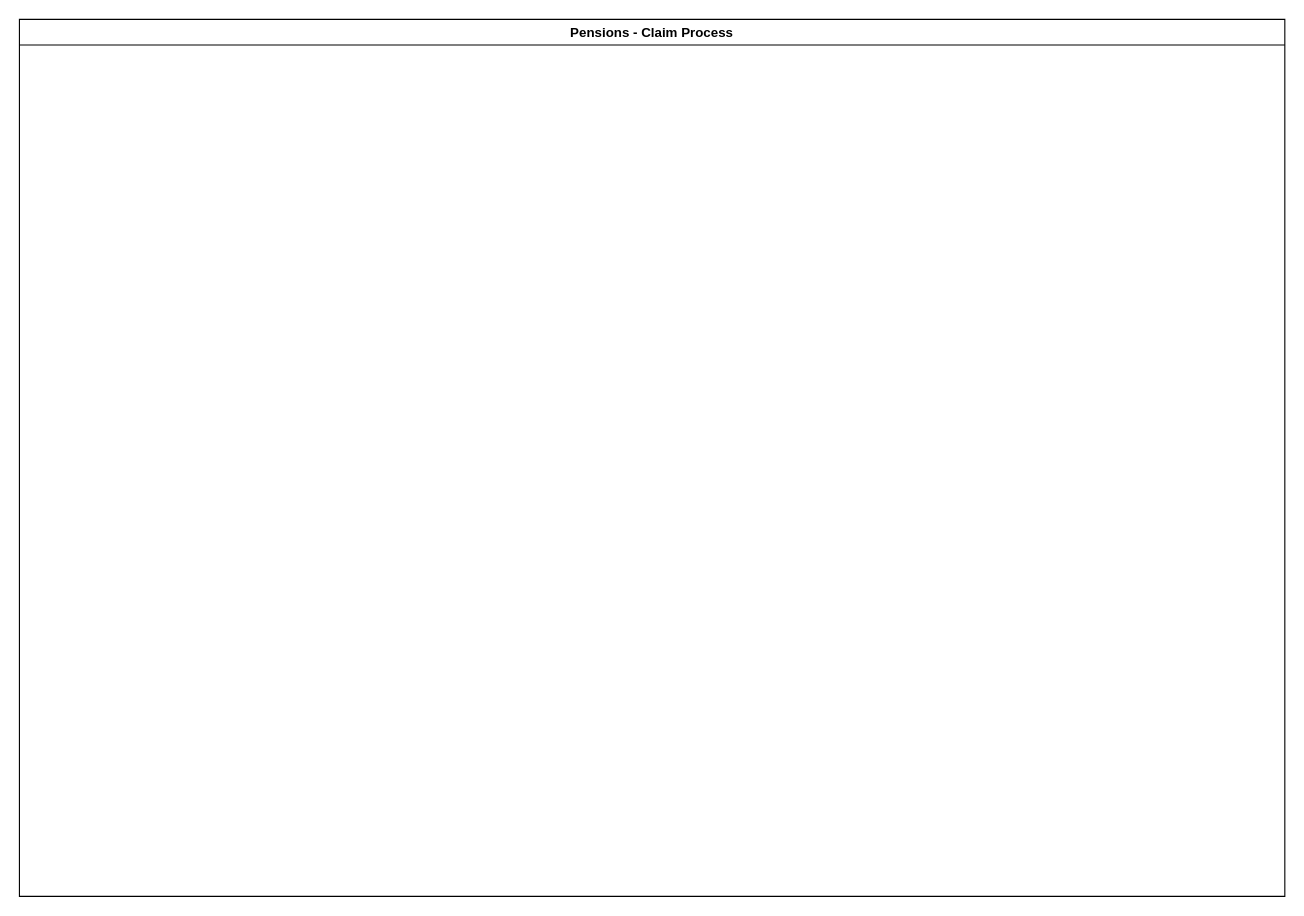
kmagua/flowcharts keeps this draw.io diagram as Pensions - Claims Process.drawio. Above is the earlier version. Source tidied: cells renumbered, new cells numbered last; positions are measured from the earlier drawing's top-left corner, leaving out a move shared by most shapes. Both pictures are drawn from the tidied source at 111%, with x=0, y=0 at pixel (19, 19).
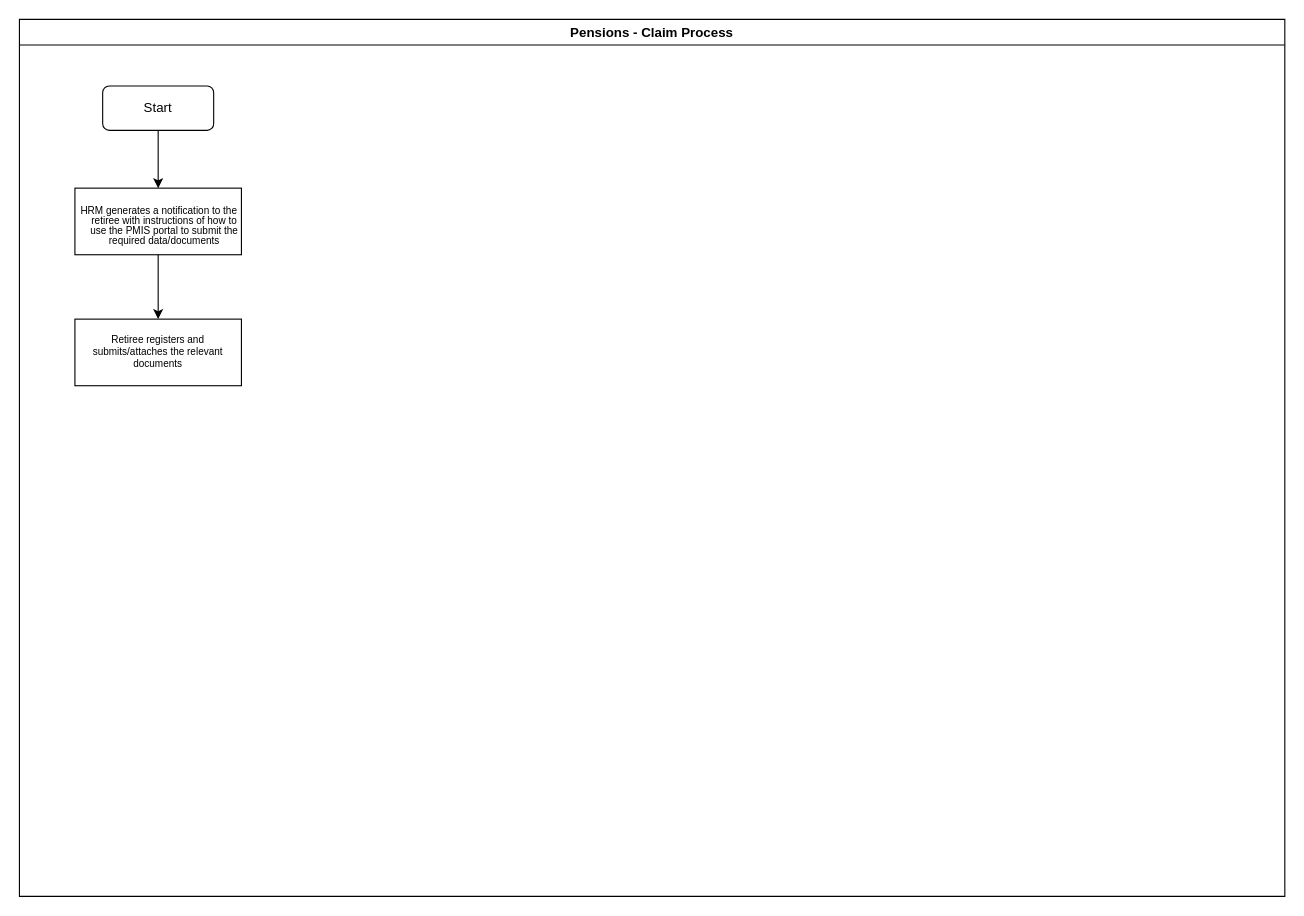
The same diagram, later.

Diff of the diagram source:
```diff
@@
 <mxGraphModel>
   <root>
     <mxCell id="0" />
     <mxCell id="1" parent="0" />
     <mxCell id="2" value="Pensions - Claim Process" style="swimlane;" parent="1" vertex="1">
       <mxGeometry width="1140" height="790" as="geometry" />
     </mxCell>
+    <mxCell id="3" value="Start" style="rounded=1;whiteSpace=wrap;html=1;" parent="2" vertex="1">
+      <mxGeometry x="75" y="60" width="100" height="40" as="geometry" />
+    </mxCell>
+    <mxCell id="4" value="&lt;p style=&quot;margin-left: 0.12in ; text-indent: -0.1in ; margin-bottom: 0in ; line-height: 100% ; font-size: 9px&quot; lang=&quot;en-US&quot;&gt;&lt;font style=&quot;font-size: 9px&quot; face=&quot;Trebuchet MS, Trebuchet MS, sans-serif&quot;&gt;&lt;font style=&quot;font-size: 9px&quot;&gt;HRM generates a notification to the retiree with instructions of how to use the PMIS  portal to submit the required data/documents&lt;/font&gt;&lt;/font&gt;&lt;/p&gt;" style="rounded=0;whiteSpace=wrap;html=1;fontSize=9;" parent="2" vertex="1">
+      <mxGeometry x="50" y="152" width="150" height="60" as="geometry" />
+    </mxCell>
+    <mxCell id="5" style="edgeStyle=orthogonalEdgeStyle;rounded=0;jettySize=auto;html=1;entryX=0.5;entryY=0;entryDx=0;entryDy=0;" parent="2" edge="1" source="3" target="4">
+      <mxGeometry relative="1" as="geometry" />
+    </mxCell>
+    <mxCell id="6" value="Retiree registers and submits/attaches the relevant documents" style="whiteSpace=wrap;html=1;rounded=0;fontSize=9;" parent="2" vertex="1">
+      <mxGeometry x="50" y="270" width="150" height="60" as="geometry" />
+    </mxCell>
+    <mxCell id="7" style="edgeStyle=orthogonalEdgeStyle;rounded=0;jettySize=auto;html=1;fontSize=9;" parent="2" edge="1" source="4" target="6">
+      <mxGeometry relative="1" as="geometry" />
+    </mxCell>
   </root>
 </mxGraphModel>
```
